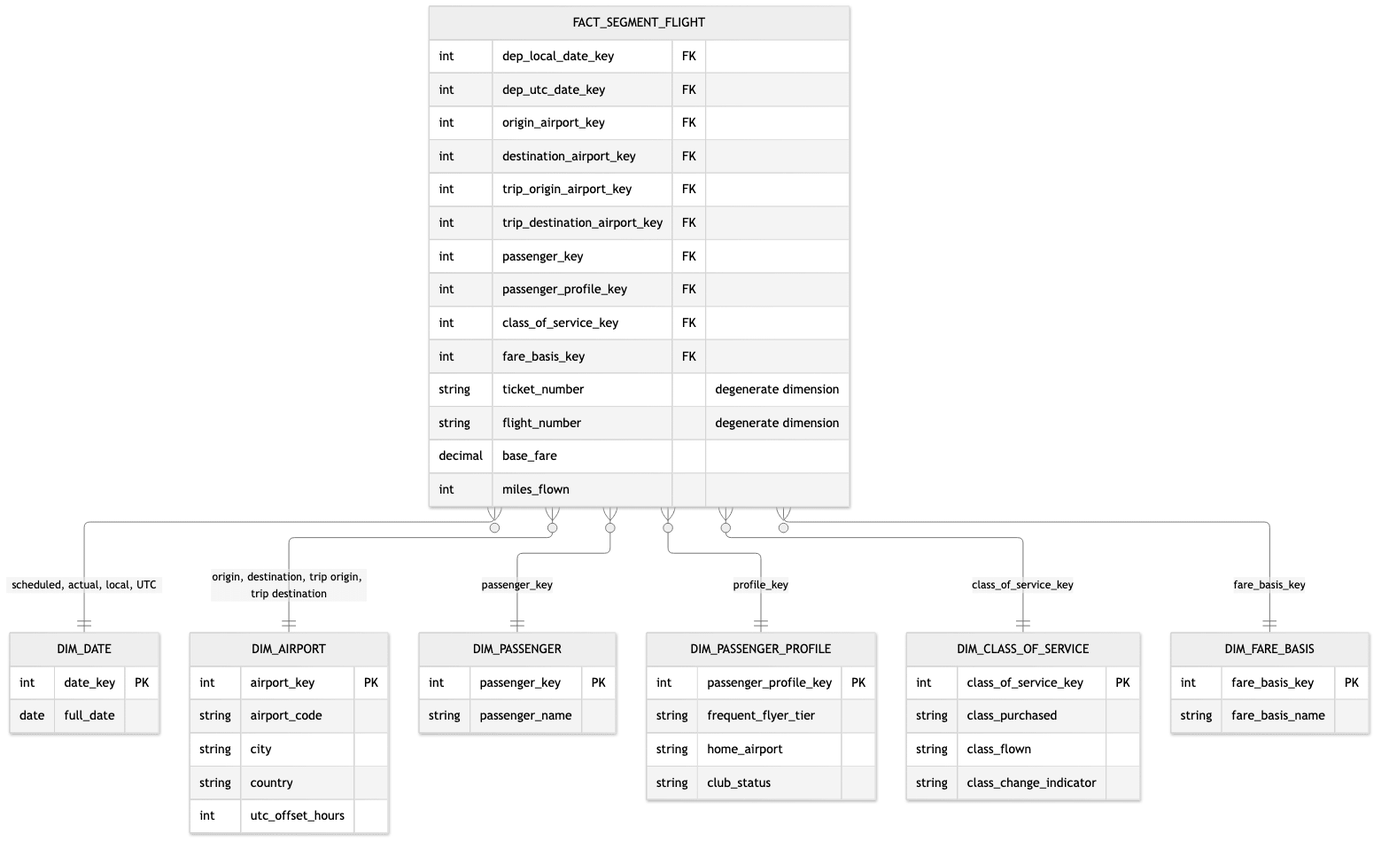
surfalytics/dataengineer_ru keeps this Mermaid diagram as public/assets/data-warehouse-toolkit/ch12-flight-segment-star.png. Above is the earlier version. Its source is kept beside it as scripts/kimball-diagrams/src/ch12-flight-segment-star.mmd.
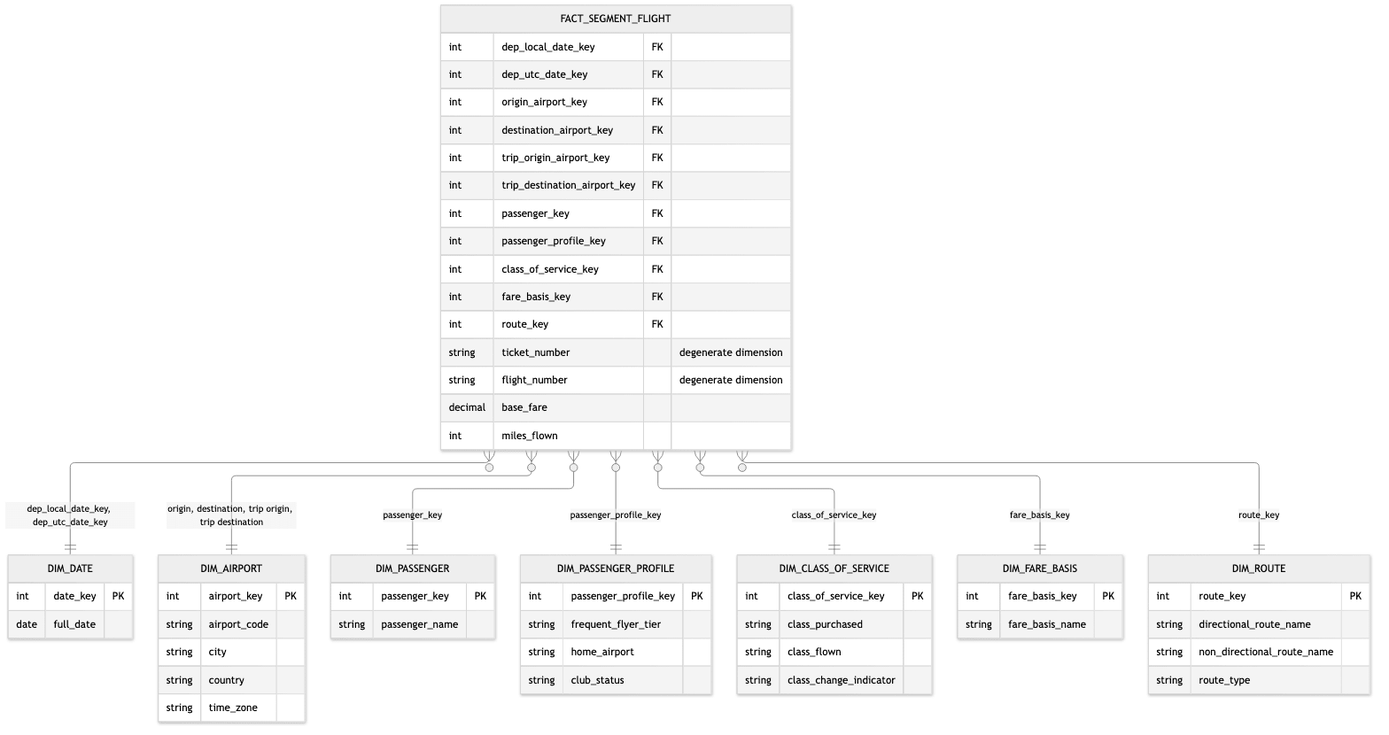
After the commit.

Change to the diagram source:
```diff
@@ -1,10 +1,11 @@
 erDiagram
-  FACT_SEGMENT_FLIGHT }o--|| DIM_DATE : "scheduled, actual, local, UTC"
+  FACT_SEGMENT_FLIGHT }o--|| DIM_DATE : "dep_local_date_key, dep_utc_date_key"
   FACT_SEGMENT_FLIGHT }o--|| DIM_AIRPORT : "origin, destination, trip origin, trip destination"
   FACT_SEGMENT_FLIGHT }o--|| DIM_PASSENGER : "passenger_key"
-  FACT_SEGMENT_FLIGHT }o--|| DIM_PASSENGER_PROFILE : "profile_key"
+  FACT_SEGMENT_FLIGHT }o--|| DIM_PASSENGER_PROFILE : "passenger_profile_key"
   FACT_SEGMENT_FLIGHT }o--|| DIM_CLASS_OF_SERVICE : "class_of_service_key"
   FACT_SEGMENT_FLIGHT }o--|| DIM_FARE_BASIS : "fare_basis_key"
+  FACT_SEGMENT_FLIGHT }o--|| DIM_ROUTE : "route_key"
   FACT_SEGMENT_FLIGHT {
     int dep_local_date_key FK
     int dep_utc_date_key FK
@@ -16,6 +17,7 @@
     int passenger_profile_key FK
     int class_of_service_key FK
     int fare_basis_key FK
+    int route_key FK
     string ticket_number "degenerate dimension"
     string flight_number "degenerate dimension"
     decimal base_fare
@@ -26,7 +28,7 @@
     string airport_code
     string city
     string country
-    int utc_offset_hours
+    string time_zone
   }
   DIM_CLASS_OF_SERVICE {
     int class_of_service_key PK
@@ -48,6 +50,12 @@
     int fare_basis_key PK
     string fare_basis_name
   }
+  DIM_ROUTE {
+    int route_key PK
+    string directional_route_name
+    string non_directional_route_name
+    string route_type
+  }
   DIM_DATE {
     int date_key PK
     date full_date
```
